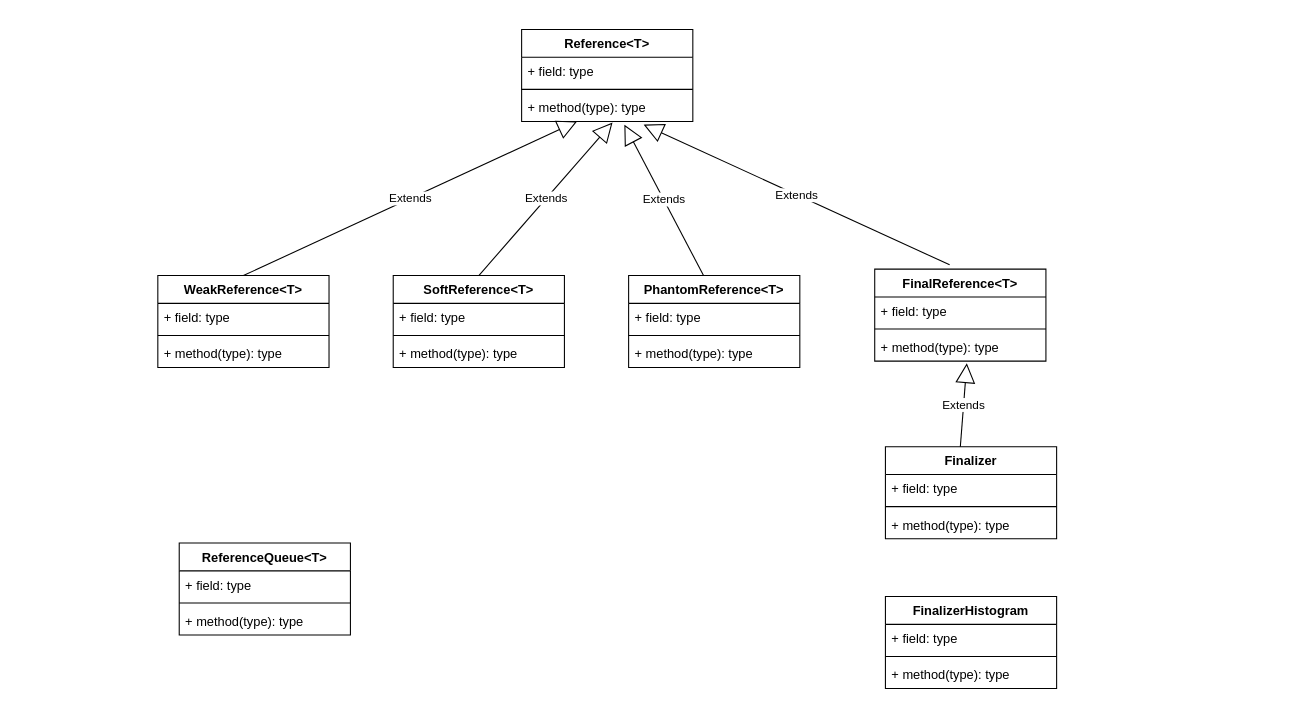
Earlier version of the draw.io diagram page "引用" (11 of 32) of jdk/rt.drawio (tadsimons/draw). Source tidied: cells renumbered, new cells numbered last; positions are measured from the earlier drawing's top-left corner, leaving out a move shared by most shapes. Both pictures are drawn from the tidied source at 107%, with x=0, y=0 at pixel (157, 29).
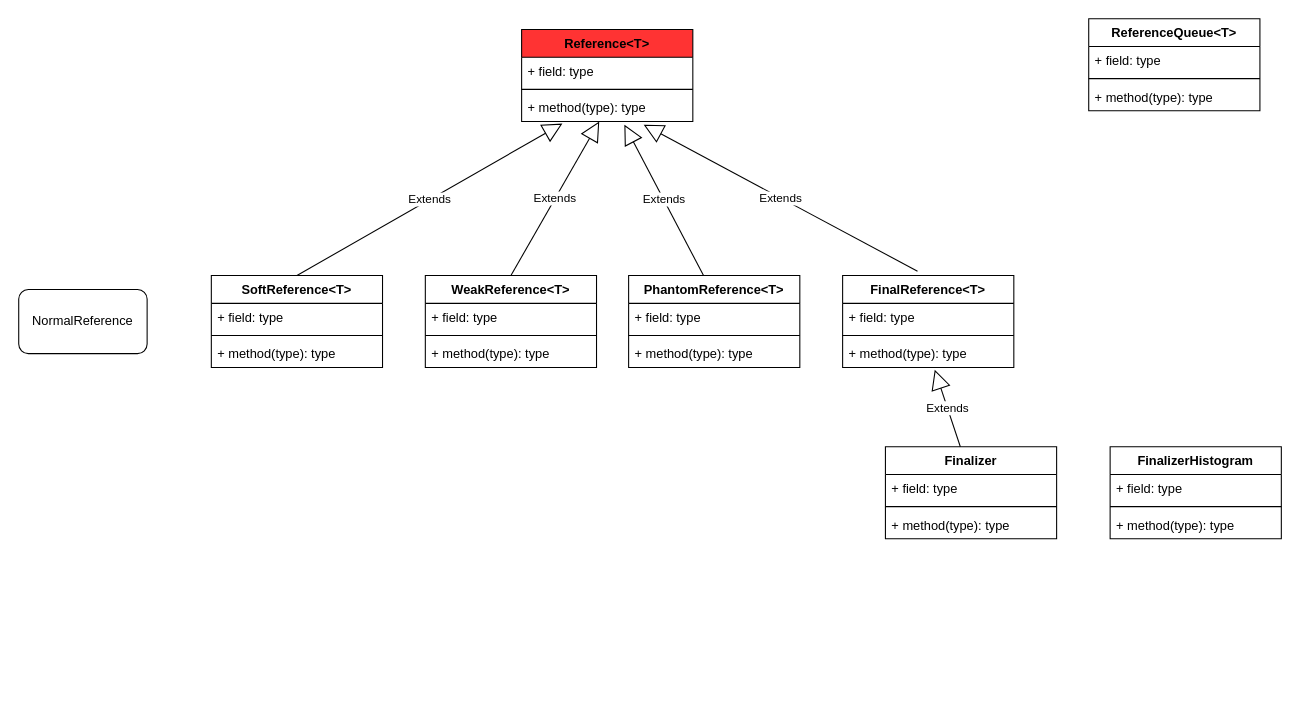
The same page after the edit.

The change refers to these unchanged cells:
```xml
<mxCell id="24" value="+ method(type): type" style="text;strokeColor=none;fillColor=none;align=left;verticalAlign=top;spacingLeft=4;spacingRight=4;overflow=hidden;points=[[0,0.5],[1,0.5]];portConstraint=eastwest;" parent="21" vertex="1">
  <mxGeometry y="60" width="160" height="26" as="geometry" />
</mxCell>
```

What changed in the source:
```diff
@@
     <mxCell id="2" value="WeakReference&lt;T&gt;" style="swimlane;fontStyle=1;align=center;verticalAlign=top;horizontal=1;startSize=26;" parent="1" vertex="1">
-      <mxGeometry y="230" width="160" height="86" as="geometry" />
+      <mxGeometry x="250" y="230" width="160" height="86" as="geometry" />
     </mxCell>
@@
     <mxCell id="7" value="SoftReference&lt;T&gt;" style="swimlane;fontStyle=1;align=center;verticalAlign=top;horizontal=1;startSize=26;" parent="1" vertex="1">
-      <mxGeometry x="220" y="230" width="160" height="86" as="geometry" />
+      <mxGeometry x="50" y="230" width="160" height="86" as="geometry" />
     </mxCell>
-    <mxCell id="8" value="Extends" style="endArrow=block;endSize=16;endFill=0;html=1;entryX=0.531;entryY=1.038;entryDx=0;entryDy=0;entryPerimeter=0;" parent="7" edge="1" target="24">
+    <mxCell id="8" value="Extends" style="endArrow=block;endSize=16;endFill=0;html=1;entryX=0.238;entryY=1.077;entryDx=0;entryDy=0;entryPerimeter=0;" parent="7" edge="1" target="24">
       <mxGeometry relative="1" as="geometry">
         <mxPoint x="80" as="sourcePoint" />
       </mxGeometry>
     </mxCell>
@@
     <mxCell id="12" value="ReferenceQueue&lt;T&gt;" style="swimlane;fontStyle=1;align=center;verticalAlign=top;horizontal=1;startSize=26;" parent="1" vertex="1">
-      <mxGeometry x="20" y="480" width="160" height="86" as="geometry" />
+      <mxGeometry x="870" y="-10" width="160" height="86" as="geometry" />
     </mxCell>
@@
-    <mxCell id="21" value="Reference&lt;T&gt;" style="swimlane;fontStyle=1;align=center;verticalAlign=top;horizontal=1;startSize=26;" parent="1" vertex="1">
+    <mxCell id="21" value="Reference&lt;T&gt;" style="swimlane;fontStyle=1;align=center;verticalAlign=top;horizontal=1;startSize=26;fillColor=#FF3333;" parent="1" vertex="1">
       <mxGeometry x="340" width="160" height="86" as="geometry" />
     </mxCell>
@@
     <mxCell id="25" value="FinalReference&lt;T&gt;" style="swimlane;fontStyle=1;align=center;verticalAlign=top;horizontal=1;startSize=26;" parent="1" vertex="1">
-      <mxGeometry x="670" y="224" width="160" height="86" as="geometry" />
+      <mxGeometry x="640" y="230" width="160" height="86" as="geometry" />
     </mxCell>
@@
     <mxCell id="35" value="FinalizerHistogram" style="swimlane;fontStyle=1;align=center;verticalAlign=top;horizontal=1;startSize=26;" parent="1" vertex="1">
-      <mxGeometry x="680" y="530" width="160" height="86" as="geometry" />
+      <mxGeometry x="890" y="390" width="160" height="86" as="geometry" />
     </mxCell>
@@
+    <mxCell id="39" value="NormalReference" style="rounded=1;whiteSpace=wrap;html=1;fillColor=#FFFFFF;" parent="1" vertex="1">
+      <mxGeometry x="-130" y="243" width="120" height="60" as="geometry" />
+    </mxCell>
```
